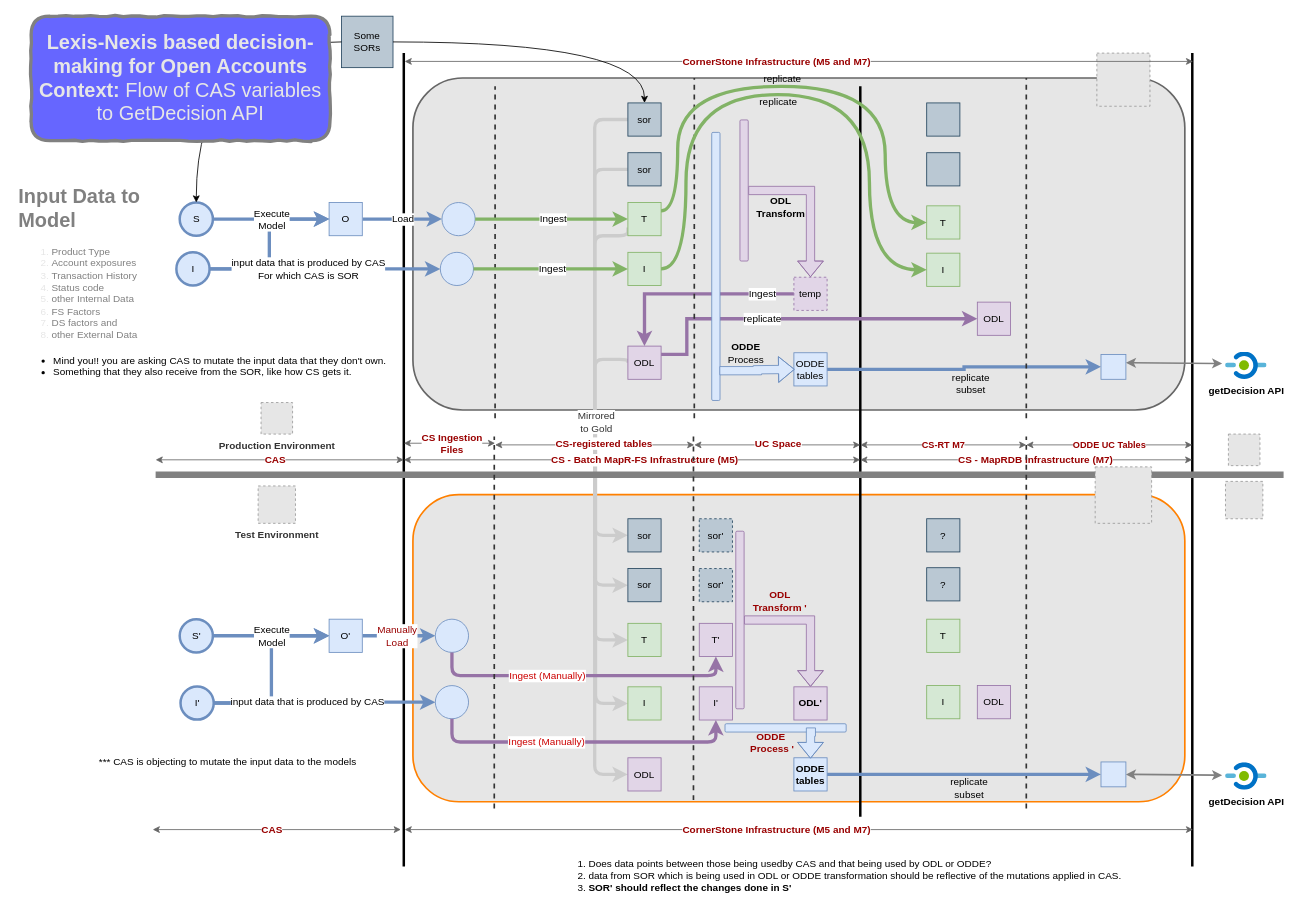
gaurjain/drawio keeps this draw.io diagram as DataflowCS.drawio. Above is the earlier version. Source tidied: cells renumbered, new cells numbered last; positions are measured from the earlier drawing's top-left corner, leaving out a move shared by most shapes. Both pictures are drawn from the tidied source at 83%, with x=0, y=0 at pixel (14, 16). Pictures stored in the file or linked from it are replaced by grey dashed boxes.
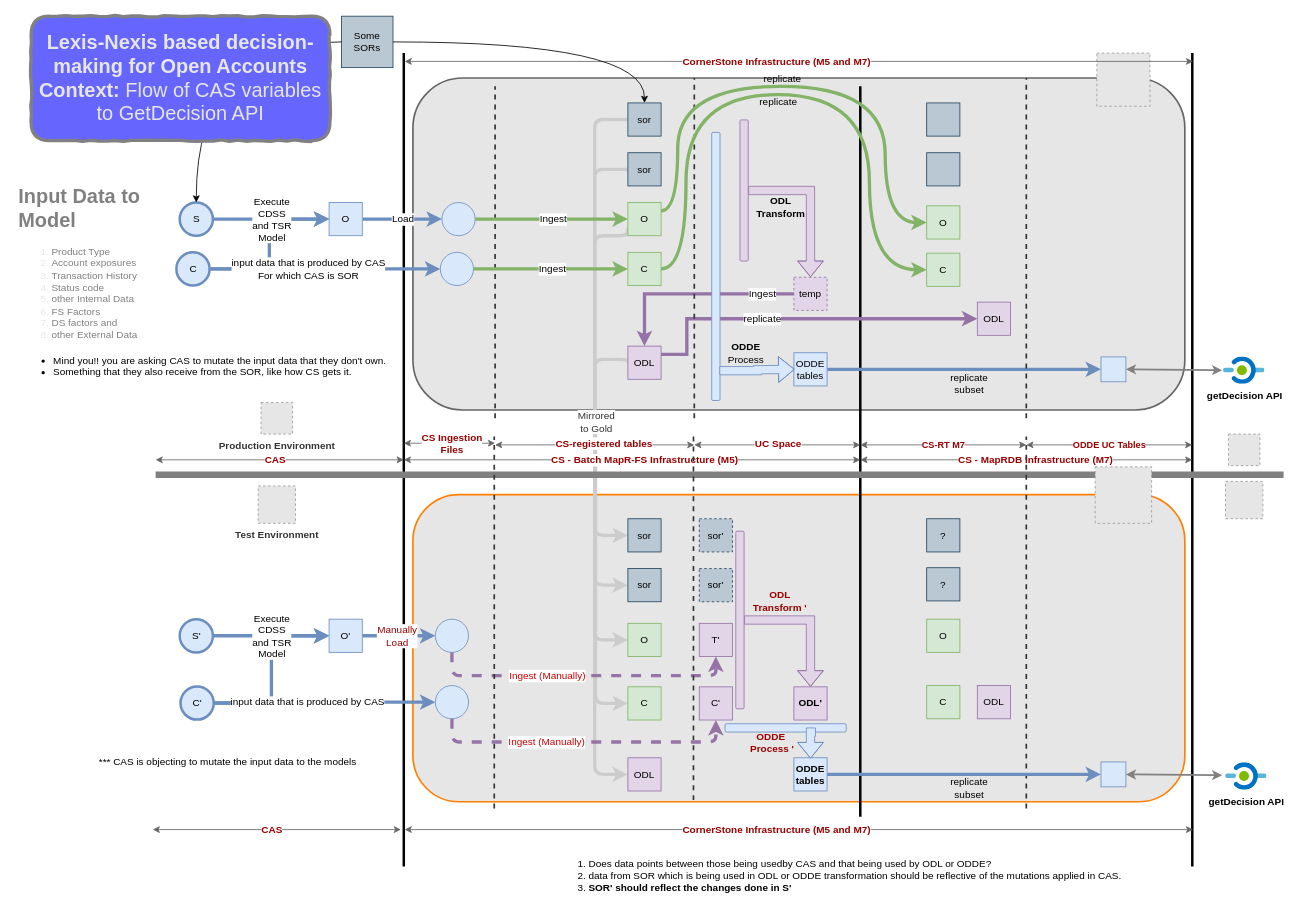
After the change.

The change refers to these unchanged cells:
```xml
<mxCell id="57" value="T'" style="whiteSpace=wrap;html=1;strokeColor=#9673a6;fillColor=#e1d5e7;verticalAlign=middle;" parent="1" vertex="1">
  <mxGeometry x="825" y="731.5" width="40" height="40" as="geometry" />
</mxCell>
<mxCell id="62" style="rounded=0;jettySize=auto;html=1;entryX=0;entryY=0.5;entryDx=0;entryDy=0;exitX=1;exitY=0.5;exitDx=0;exitDy=0;strokeColor=#6c8ebf;strokeWidth=4;verticalAlign=middle;fillColor=#dae8fc;" parent="1" edge="1" source="64">
  <mxGeometry relative="1" as="geometry">
    <mxPoint x="379.5" y="746.5" as="targetPoint" />
  </mxGeometry>
</mxCell>
<mxCell id="65" style="shape=ellipse;fillColor=#dae8fc;strokeColor=#6c8ebf;html=1;verticalAlign=middle;" parent="1" vertex="1">
  <mxGeometry x="507" y="726.5" width="40" height="40" as="geometry" />
</mxCell>
<mxCell id="101" style="shape=ellipse;fillColor=#dae8fc;strokeColor=#6c8ebf;html=1;verticalAlign=middle;" parent="1" vertex="1">
  <mxGeometry x="507" y="806.5" width="40" height="40" as="geometry" />
</mxCell>
<mxCell id="142" style="rounded=0;jettySize=auto;html=1;entryX=0;entryY=0.5;entryDx=0;entryDy=0;exitX=1;exitY=0.5;exitDx=0;exitDy=0;strokeColor=#6c8ebf;strokeWidth=4;verticalAlign=middle;fillColor=#dae8fc;" parent="1" edge="1" source="27">
  <mxGeometry relative="1" as="geometry">
    <mxPoint x="379.5" y="244.5" as="targetPoint" />
  </mxGeometry>
</mxCell>
```

Diff of the diagram source:
```diff
@@
-    <mxCell id="16" value="T" style="whiteSpace=wrap;html=1;strokeColor=#82b366;fillColor=#d5e8d4;verticalAlign=middle;" parent="1" vertex="1">
+    <mxCell id="16" value="O" style="whiteSpace=wrap;html=1;strokeColor=#82b366;fillColor=#d5e8d4;verticalAlign=middle;" parent="1" vertex="1">
       <mxGeometry x="739" y="224.5" width="40" height="40" as="geometry" />
     </mxCell>
@@
     <mxCell id="25" style="rounded=0;orthogonalLoop=1;jettySize=auto;html=1;strokeColor=#808080;strokeWidth=2;fontColor=#CC0000;entryX=-0.075;entryY=0.379;entryDx=0;entryDy=0;entryPerimeter=0;startArrow=classic;startFill=1;" parent="1" edge="1">
       <mxGeometry relative="1" as="geometry">
-        <mxPoint x="1339" y="417.5" as="sourcePoint" />
-        <mxPoint x="1455" y="418.5" as="targetPoint" />
+        <mxPoint x="1339" y="425.5" as="sourcePoint" />
+        <mxPoint x="1455" y="426.5" as="targetPoint" />
       </mxGeometry>
     </mxCell>
     <mxCell id="26" style="whiteSpace=wrap;html=1;fillColor=#dae8fc;strokeColor=#6c8ebf;" parent="1" vertex="1">
-      <mxGeometry x="1309" y="407.5" width="30" height="30" as="geometry" />
+      <mxGeometry x="1309" y="410.5" width="30" height="30" as="geometry" />
     </mxCell>
@@
-    <mxCell id="49" value="T" style="whiteSpace=wrap;html=1;strokeColor=#82b366;fillColor=#d5e8d4;" parent="1" vertex="1">
+    <mxCell id="49" value="O" style="whiteSpace=wrap;html=1;strokeColor=#82b366;fillColor=#d5e8d4;" parent="1" vertex="1">
       <mxGeometry x="1099" y="228.5" width="40" height="40" as="geometry" />
     </mxCell>
@@
     <mxCell id="53" value="&lt;b&gt;getDecision API&lt;/b&gt;" style="html=1;perimeter=none;align=center;shadow=0;dashed=0;image;fontSize=12;image=img/lib/mscae/HybridConnectionEndpoint.svg;strokeColor=#CC0000;strokeWidth=1;fillColor=#808080;gradientColor=none;" parent="1" vertex="1">
-      <mxGeometry x="1459" y="404.5" width="50" height="33" as="geometry" />
+      <mxGeometry x="1456.5" y="410.5" width="50" height="33" as="geometry" />
     </mxCell>
@@
-    <mxCell id="63" value="Execute&lt;br&gt;Model" style="text;html=1;align=center;verticalAlign=middle;labelBackgroundColor=#ffffff;" parent="62" vertex="1">
+    <mxCell id="63" value="Execute&lt;br&gt;CDSS&lt;br&gt;and TSR&lt;br&gt;Model" style="text;html=1;align=center;verticalAlign=middle;labelBackgroundColor=#ffffff;" parent="62" vertex="1">
       <mxGeometry relative="1" as="geometry" />
     </mxCell>
@@
-    <mxCell id="72" value="T" style="whiteSpace=wrap;html=1;strokeColor=#82b366;fillColor=#d5e8d4;verticalAlign=middle;" parent="1" vertex="1">
+    <mxCell id="72" value="O" style="whiteSpace=wrap;html=1;strokeColor=#82b366;fillColor=#d5e8d4;verticalAlign=middle;" parent="1" vertex="1">
       <mxGeometry x="739" y="731.5" width="40" height="40" as="geometry" />
     </mxCell>
-    <mxCell id="73" style="endArrow=classic;html=1;strokeColor=#9673a6;strokeWidth=4;fillColor=#e1d5e7;fontColor=#CC0000;exitX=0.5;exitY=1;exitDx=0;exitDy=0;entryX=0.5;entryY=1;entryDx=0;entryDy=0;edgeStyle=orthogonalEdgeStyle;" parent="1" edge="1" source="65" target="57">
+    <mxCell id="73" style="endArrow=classic;html=1;strokeColor=#9673a6;strokeWidth=4;fillColor=#e1d5e7;fontColor=#CC0000;exitX=0.5;exitY=1;exitDx=0;exitDy=0;entryX=0.5;entryY=1;entryDx=0;entryDy=0;edgeStyle=orthogonalEdgeStyle;dashed=1;" parent="1" edge="1" source="65" target="57">
       <mxGeometry relative="1" as="geometry">
         <Array as="points">
           <mxPoint x="527" y="794.5" />
           <mxPoint x="845" y="794.5" />
         </Array>
       </mxGeometry>
     </mxCell>
@@
-    <mxCell id="94" value="I" style="whiteSpace=wrap;html=1;strokeColor=#82b366;fillColor=#d5e8d4;verticalAlign=middle;" parent="1" vertex="1">
+    <mxCell id="94" value="C" style="whiteSpace=wrap;html=1;strokeColor=#82b366;fillColor=#d5e8d4;verticalAlign=middle;" parent="1" vertex="1">
       <mxGeometry x="739" y="284.5" width="40" height="40" as="geometry" />
     </mxCell>
@@
-    <mxCell id="98" value="I" style="whiteSpace=wrap;html=1;strokeColor=#82b366;fillColor=#d5e8d4;verticalAlign=middle;" parent="1" vertex="1">
+    <mxCell id="98" value="C" style="whiteSpace=wrap;html=1;strokeColor=#82b366;fillColor=#d5e8d4;verticalAlign=middle;" parent="1" vertex="1">
       <mxGeometry x="1099" y="285.5" width="40" height="40" as="geometry" />
     </mxCell>
@@
-    <mxCell id="102" value="I" style="whiteSpace=wrap;html=1;strokeColor=#82b366;fillColor=#d5e8d4;verticalAlign=middle;" parent="1" vertex="1">
+    <mxCell id="102" value="C" style="whiteSpace=wrap;html=1;strokeColor=#82b366;fillColor=#d5e8d4;verticalAlign=middle;" parent="1" vertex="1">
       <mxGeometry x="739" y="808" width="40" height="40" as="geometry" />
     </mxCell>
-    <mxCell id="103" value="I'" style="whiteSpace=wrap;html=1;strokeColor=#9673a6;fillColor=#e1d5e7;verticalAlign=middle;" parent="1" vertex="1">
+    <mxCell id="103" value="C'" style="whiteSpace=wrap;html=1;strokeColor=#9673a6;fillColor=#e1d5e7;verticalAlign=middle;" parent="1" vertex="1">
       <mxGeometry x="825" y="808" width="40" height="40" as="geometry" />
     </mxCell>
-    <mxCell id="104" style="endArrow=classic;html=1;strokeColor=#9673a6;strokeWidth=4;fillColor=#e1d5e7;fontColor=#CC0000;exitX=0.5;exitY=1;exitDx=0;exitDy=0;entryX=0.5;entryY=1;entryDx=0;entryDy=0;edgeStyle=orthogonalEdgeStyle;" parent="1" edge="1" source="101" target="103">
+    <mxCell id="104" style="endArrow=classic;html=1;strokeColor=#9673a6;strokeWidth=4;fillColor=#e1d5e7;fontColor=#CC0000;exitX=0.5;exitY=1;exitDx=0;exitDy=0;entryX=0.5;entryY=1;entryDx=0;entryDy=0;edgeStyle=orthogonalEdgeStyle;dashed=1;" parent="1" edge="1" source="101" target="103">
       <mxGeometry relative="1" as="geometry">
         <Array as="points">
           <mxPoint x="527" y="874.5" />
           <mxPoint x="845" y="874.5" />
         </Array>
       </mxGeometry>
     </mxCell>
@@
-    <mxCell id="118" value="T" style="whiteSpace=wrap;html=1;strokeColor=#82b366;fillColor=#d5e8d4;" parent="1" vertex="1">
+    <mxCell id="118" value="O" style="whiteSpace=wrap;html=1;strokeColor=#82b366;fillColor=#d5e8d4;" parent="1" vertex="1">
       <mxGeometry x="1099" y="726.5" width="40" height="40" as="geometry" />
     </mxCell>
-    <mxCell id="119" value="I" style="whiteSpace=wrap;html=1;strokeColor=#82b366;fillColor=#d5e8d4;verticalAlign=middle;" parent="1" vertex="1">
+    <mxCell id="119" value="C" style="whiteSpace=wrap;html=1;strokeColor=#82b366;fillColor=#d5e8d4;verticalAlign=middle;" parent="1" vertex="1">
       <mxGeometry x="1099" y="806.5" width="40" height="40" as="geometry" />
     </mxCell>
@@
-    <mxCell id="135" value="I" style="shape=ellipse;fillColor=#dae8fc;strokeColor=#6c8ebf;html=1;verticalAlign=middle;strokeWidth=3;" parent="1" vertex="1">
+    <mxCell id="135" value="C" style="shape=ellipse;fillColor=#dae8fc;strokeColor=#6c8ebf;html=1;verticalAlign=middle;strokeWidth=3;" parent="1" vertex="1">
       <mxGeometry x="195" y="284.5" width="40" height="40" as="geometry" />
     </mxCell>
@@
-    <mxCell id="139" value="I'" style="shape=ellipse;fillColor=#dae8fc;strokeColor=#6c8ebf;html=1;verticalAlign=middle;strokeWidth=3;" parent="1" vertex="1">
+    <mxCell id="139" value="C'" style="shape=ellipse;fillColor=#dae8fc;strokeColor=#6c8ebf;html=1;verticalAlign=middle;strokeWidth=3;" parent="1" vertex="1">
       <mxGeometry x="200" y="807.5" width="40" height="40" as="geometry" />
     </mxCell>
@@
-    <mxCell id="143" value="Execute&lt;br&gt;Model" style="text;html=1;align=center;verticalAlign=middle;labelBackgroundColor=#ffffff;" parent="142" vertex="1">
+    <mxCell id="143" value="Execute&lt;br&gt;CDSS&lt;br&gt;and TSR &lt;br&gt;Model" style="text;html=1;align=center;verticalAlign=middle;labelBackgroundColor=#ffffff;" parent="142" vertex="1">
       <mxGeometry relative="1" as="geometry" />
     </mxCell>
```
